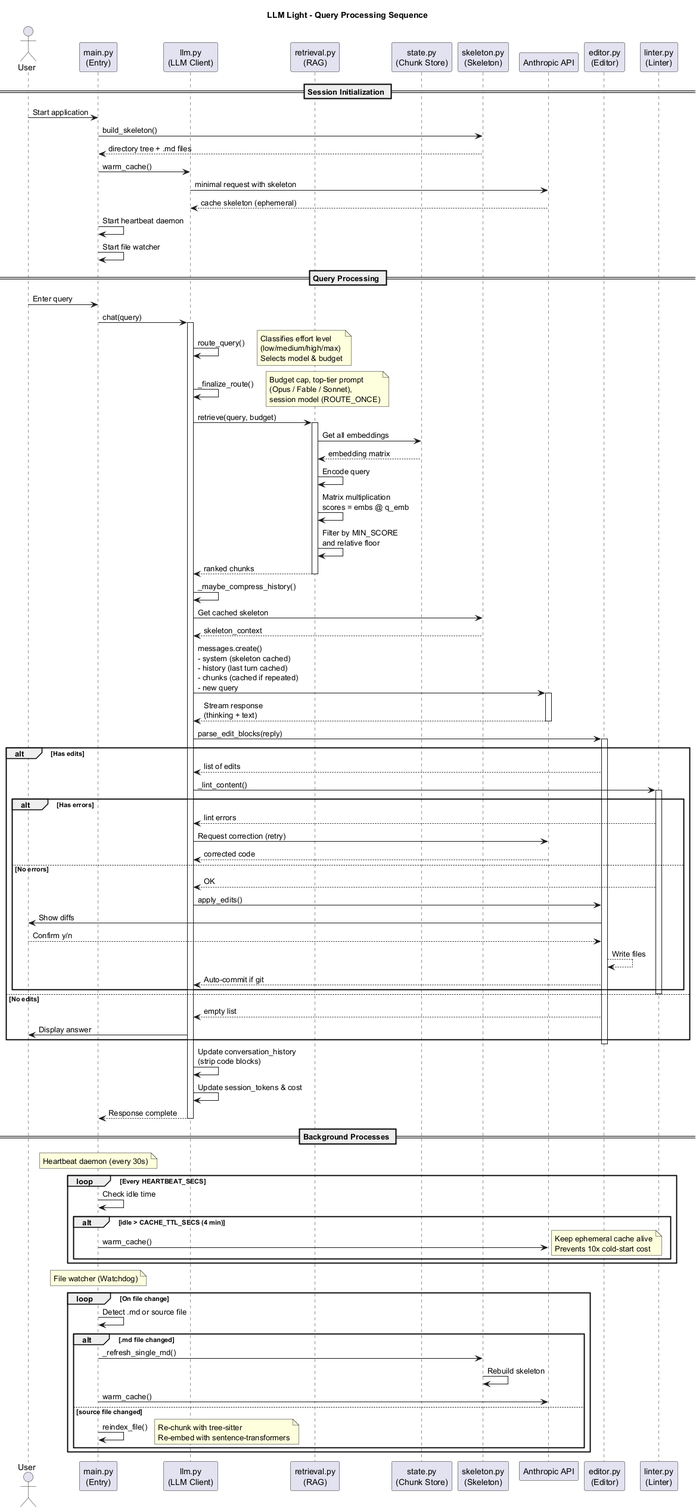
The PlantUML diagram docs/plantuml/LLM_Light_Sequence_Diagram.png in PIsberg/llm-light, before a commit.
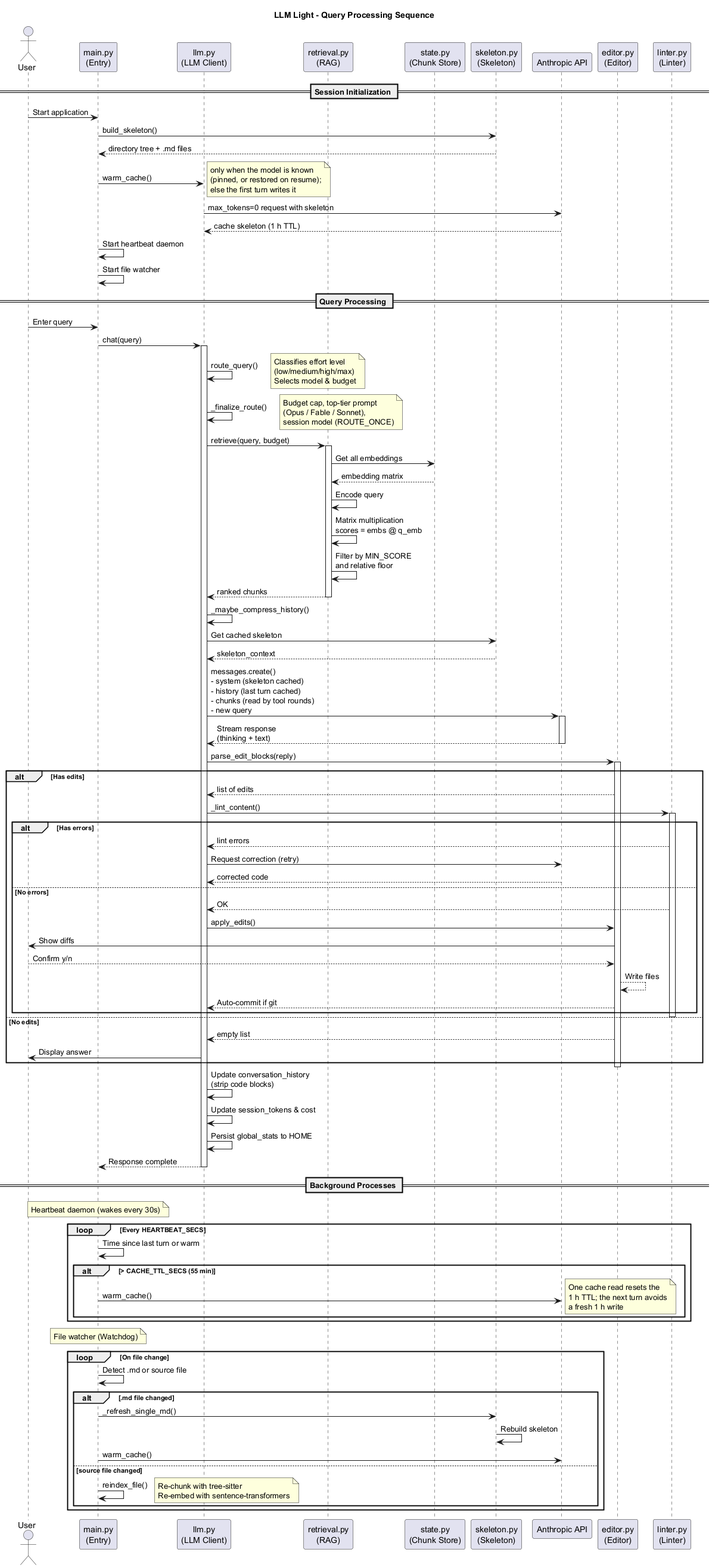
The same file after the commit.

The edit, as a diff of the source:
```diff
@@ -16,8 +16,9 @@
 Main -> Skeleton : build_skeleton()
 Skeleton --> Main : directory tree + .md files
 Main -> LLM : warm_cache()
-LLM -> API : minimal request with skeleton
-API --> LLM : cache skeleton (ephemeral)
+note right : only when the model is known\n(pinned, or restored on resume);\nelse the first turn writes it
+LLM -> API : max_tokens=0 request with skeleton
+API --> LLM : cache skeleton (1 h TTL)
 Main -> Main : Start heartbeat daemon
 Main -> Main : Start file watcher
 
@@ -45,7 +46,7 @@
 LLM -> Skeleton : Get cached skeleton
 Skeleton --> LLM : skeleton_context
 
-LLM -> API : messages.create()\n- system (skeleton cached)\n- history (last turn cached)\n- chunks (cached if repeated)\n- new query
+LLM -> API : messages.create()\n- system (skeleton cached)\n- history (last turn cached)\n- chunks (read by tool rounds)\n- new query
 activate API
 API --> LLM : Stream response\n(thinking + text)
 deactivate API
@@ -77,16 +78,17 @@
 
 LLM -> LLM : Update conversation_history\n(strip code blocks)
 LLM -> LLM : Update session_tokens & cost
+LLM -> LLM : Persist global_stats to HOME
 LLM --> Main : Response complete
 deactivate LLM
 
 == Background Processes ==
-note over Main : Heartbeat daemon (every 30s)
+note over Main : Heartbeat daemon (wakes every 30s)
 loop Every HEARTBEAT_SECS
-  Main -> Main : Check idle time
-  alt idle > CACHE_TTL_SECS (4 min)
+  Main -> Main : Time since last turn or warm
+  alt > CACHE_TTL_SECS (55 min)
     Main -> API : warm_cache()
-    note right : Keep ephemeral cache alive\nPrevents 10x cold-start cost
+    note right : One cache read resets the\n1 h TTL; the next turn avoids\na fresh 1 h write
   end
 end
 
```
